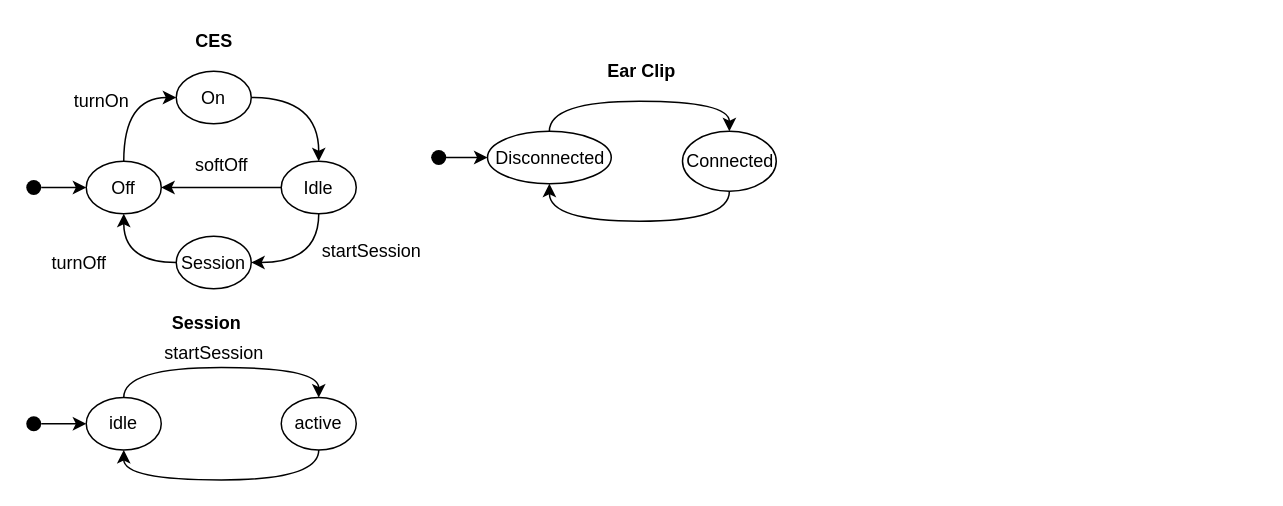
Above: docs/State/STATE.drawio in NebulaCo/ECSS (draw.io), before the change. Source tidied: cells renumbered, new cells numbered last; positions are measured from the earlier drawing's top-left corner, leaving out a move shared by most shapes. Both pictures are drawn from the tidied source at 150%, with x=0, y=0 at pixel (26, 26).
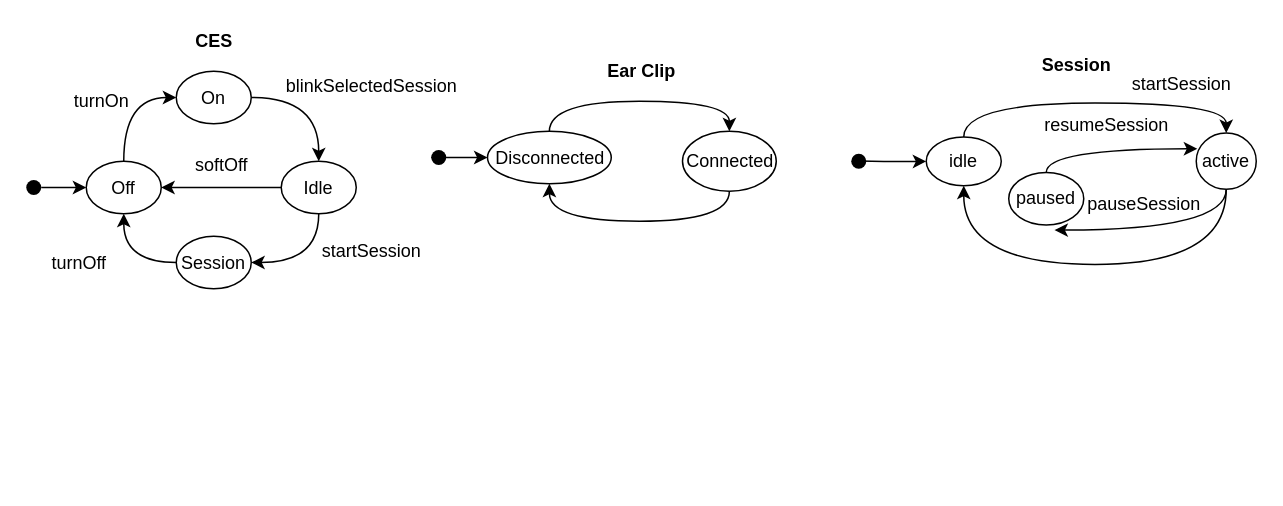
Above is the later version.

Commit message (it also covers changes not shown here):
Added Activity, Use Case, and State diagrams

Change to the diagram source:
```diff
@@
     <mxCell id="4" value="&lt;b&gt;Session&lt;/b&gt;" style="text;html=1;align=center;verticalAlign=middle;strokeColor=none;fillColor=none;" parent="1" vertex="1">
-      <mxGeometry x="90" y="187.5" width="60" height="20" as="geometry" />
+      <mxGeometry x="670" y="16.2" width="60" height="20" as="geometry" />
     </mxCell>
@@
-    <mxCell id="22" style="edgeStyle=orthogonalEdgeStyle;curved=1;rounded=0;jettySize=auto;html=1;" parent="1" edge="1" source="23" target="25">
-      <mxGeometry relative="1" as="geometry" />
+    <mxCell id="22" style="edgeStyle=orthogonalEdgeStyle;curved=1;rounded=0;jettySize=auto;html=1;" parent="1" edge="1" target="25">
+      <mxGeometry relative="1" as="geometry">
+        <mxPoint x="555" y="89.8" as="sourcePoint" />
+      </mxGeometry>
     </mxCell>
     <mxCell id="23" style="shape=ellipse;fillColor=#000000;strokeColor=none;html=1;sketch=0;" parent="1" vertex="1">
-      <mxGeometry y="260" width="10" height="10" as="geometry" />
+      <mxGeometry x="550" y="85" width="10" height="10" as="geometry" />
     </mxCell>
@@
     <mxCell id="25" value="idle" style="ellipse;whiteSpace=wrap;html=1;fillColor=#FFFFFF;" parent="1" vertex="1">
-      <mxGeometry x="40" y="247.5" width="50" height="35" as="geometry" />
+      <mxGeometry x="600" y="73.8" width="50" height="32.5" as="geometry" />
     </mxCell>
     <mxCell id="26" style="edgeStyle=orthogonalEdgeStyle;curved=1;rounded=0;jettySize=auto;html=1;exitX=0.5;exitY=1;exitDx=0;exitDy=0;entryX=0.5;entryY=1;entryDx=0;entryDy=0;" parent="1" edge="1" source="27" target="25">
-      <mxGeometry relative="1" as="geometry" />
+      <mxGeometry relative="1" as="geometry">
+        <Array as="points">
+          <mxPoint x="800" y="158.8" />
+          <mxPoint x="625" y="158.8" />
+        </Array>
+      </mxGeometry>
     </mxCell>
+    <mxCell id="33" style="edgeStyle=orthogonalEdgeStyle;rounded=0;jettySize=auto;html=1;entryX=0.609;entryY=1.097;entryDx=0;entryDy=0;curved=1;entryPerimeter=0;" parent="1" edge="1" source="27" target="36">
+      <mxGeometry relative="1" as="geometry">
+        <Array as="points">
+          <mxPoint x="800" y="135.8" />
+        </Array>
+      </mxGeometry>
+    </mxCell>
     <mxCell id="27" value="active" style="ellipse;whiteSpace=wrap;html=1;fillColor=#FFFFFF;" parent="1" vertex="1">
-      <mxGeometry x="170" y="247.5" width="50" height="35" as="geometry" />
+      <mxGeometry x="780" y="71.2" width="40" height="37.5" as="geometry" />
     </mxCell>
@@
     <mxCell id="32" value="startSession" style="text;html=1;align=center;verticalAlign=middle;strokeColor=none;fillColor=none;" parent="1" vertex="1">
-      <mxGeometry x="85" y="207.5" width="80" height="20" as="geometry" />
+      <mxGeometry x="730" y="28.8" width="80" height="20" as="geometry" />
     </mxCell>
+    <mxCell id="34" value="blinkSelectedSession" style="text;html=1;align=center;verticalAlign=middle;strokeColor=none;fillColor=none;" parent="1" vertex="1">
+      <mxGeometry x="165" y="30" width="130" height="20" as="geometry" />
+    </mxCell>
+    <mxCell id="35" style="edgeStyle=orthogonalEdgeStyle;rounded=0;jettySize=auto;html=1;entryX=0.017;entryY=0.28;entryDx=0;entryDy=0;entryPerimeter=0;curved=1;exitX=0.5;exitY=0;exitDx=0;exitDy=0;" parent="1" edge="1" source="36" target="27">
+      <mxGeometry relative="1" as="geometry">
+        <Array as="points">
+          <mxPoint x="680" y="81.8" />
+        </Array>
+      </mxGeometry>
+    </mxCell>
+    <mxCell id="36" value="paused" style="ellipse;whiteSpace=wrap;html=1;fillColor=#FFFFFF;" parent="1" vertex="1">
+      <mxGeometry x="655" y="97.5" width="50" height="35" as="geometry" />
+    </mxCell>
+    <mxCell id="37" value="pauseSession" style="text;html=1;align=center;verticalAlign=middle;strokeColor=none;fillColor=none;" parent="1" vertex="1">
+      <mxGeometry x="700" y="108.8" width="90" height="20" as="geometry" />
+    </mxCell>
+    <mxCell id="38" value="resumeSession" style="text;html=1;align=center;verticalAlign=middle;strokeColor=none;fillColor=none;" parent="1" vertex="1">
+      <mxGeometry x="670" y="56.2" width="100" height="20" as="geometry" />
+    </mxCell>
```
